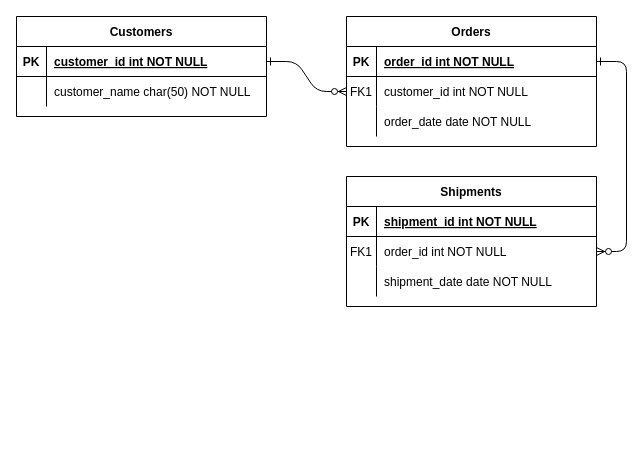
Earlier version of the draw.io diagram Untitled Diagram.drawio (ganessays/ganesh-thapa.github.io). Source tidied: cells renumbered, new cells numbered last; positions are measured from the earlier drawing's top-left corner, leaving out a move shared by most shapes. Both pictures are drawn from the tidied source at 100%, with x=0, y=0 at pixel (16, 16).
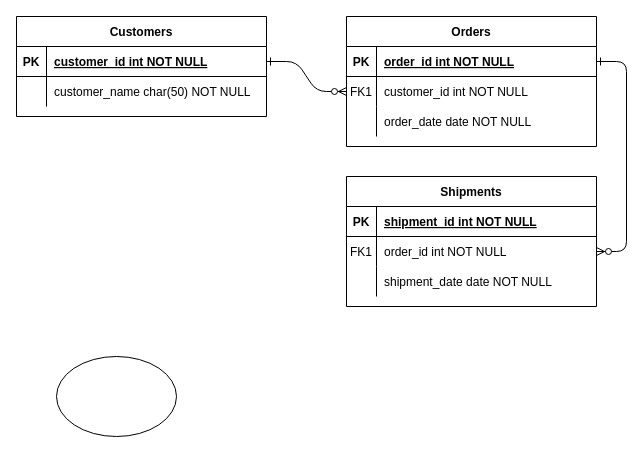
Above is the later version.

Change to the diagram source:
```diff
@@
+    <mxCell id="31" style="ellipse;whiteSpace=wrap;html=1;" parent="1" vertex="1">
+      <mxGeometry x="40" y="340" width="120" height="80" as="geometry" />
+    </mxCell>
```
